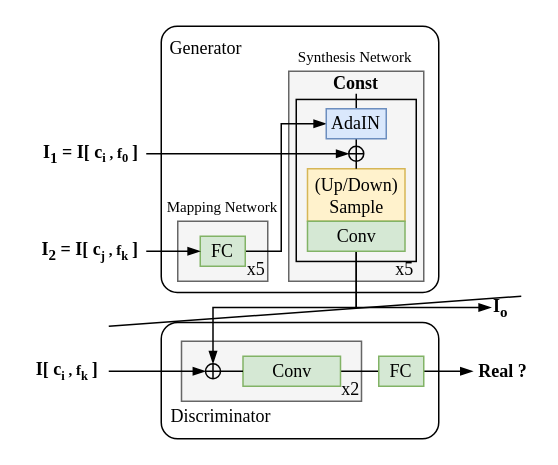
Above: docs/plan-fig-model.drawio in Starmys/FontStyleTransfer (draw.io), before the change. Source tidied: cells renumbered, new cells numbered last; positions are measured from the earlier drawing's top-left corner, leaving out a move shared by most shapes. Both pictures are drawn from the tidied source at 150%, with x=0, y=0 at pixel (26, 26).
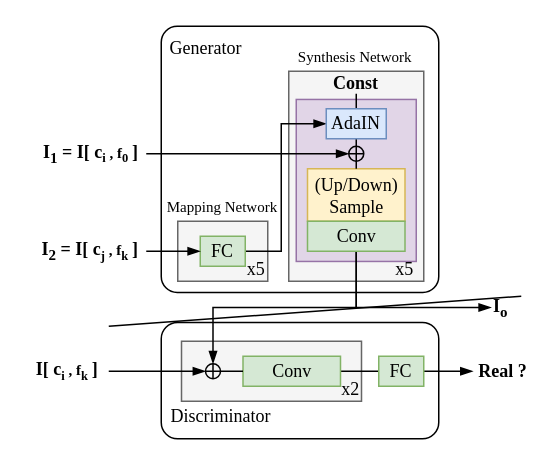
Above is the later version.

Commit message:
update plan-fig-model

Diff of the diagram source:
```diff
@@
-    <mxCell id="6" style="rounded=0;whiteSpace=wrap;html=1;fontFamily=Times New Roman;fillColor=none;align=right;" parent="1" vertex="1">
+    <mxCell id="6" style="rounded=0;whiteSpace=wrap;html=1;fontFamily=Times New Roman;fillColor=#e1d5e7;align=right;strokeColor=#9673a6;" parent="1" vertex="1">
       <mxGeometry x="180" y="48.8" width="80" height="108" as="geometry" />
     </mxCell>
```
